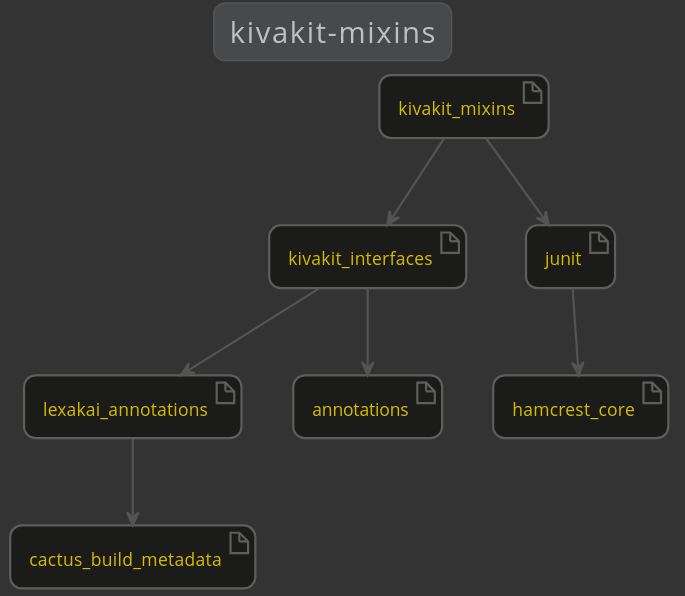
Above: docs/1.5.0/lexakai/kivakit/kivakit-mixins/documentation/diagrams/dependencies.svg in Telenav/kivakit-assets (PlantUML), before the change.
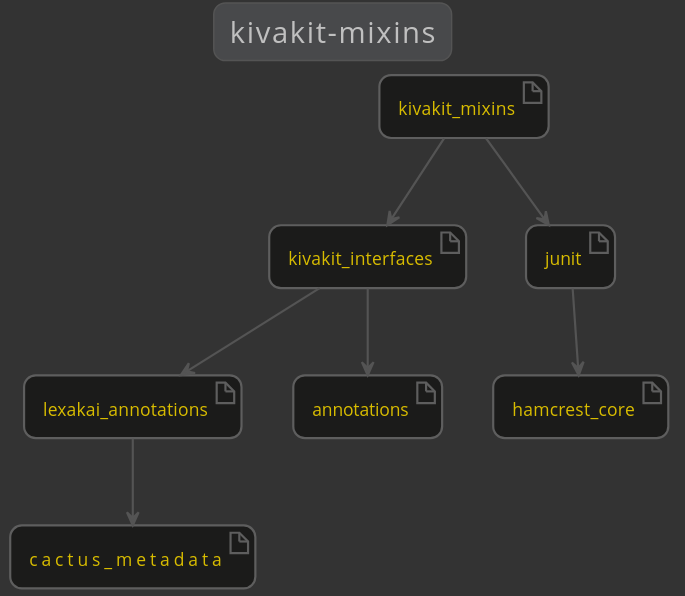
Above is the later version.

The edit, as a diff of the source:
```diff
@@ -4,7 +4,7 @@
 
     title "kivakit-mixins"
 
-    artifact cactus_build_metadata
+    artifact cactus_metadata
     artifact kivakit_interfaces
     artifact kivakit_mixins
     artifact lexakai_annotations
@@ -16,6 +16,6 @@
     kivakit_interfaces --> lexakai_annotations
     kivakit_mixins --> junit
     kivakit_mixins --> kivakit_interfaces
-    lexakai_annotations --> cactus_build_metadata
+    lexakai_annotations --> cactus_metadata
 
 @enduml
```
